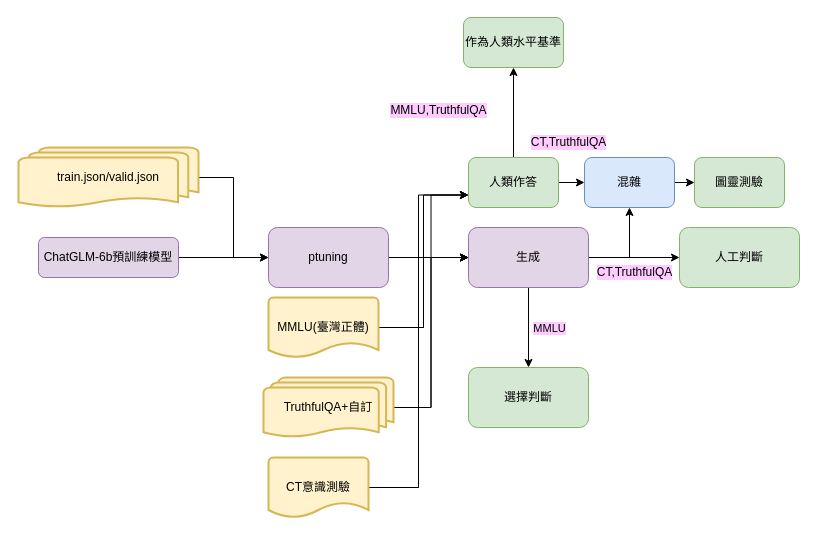
The draw.io diagram chart/flowofstudy.drawio in lsjle/2024-science-fair, before the edit. Source tidied: cells renumbered, new cells numbered last; positions are measured from the earlier drawing's top-left corner, leaving out a move shared by most shapes. Both pictures are drawn from the tidied source at 100%, with x=0, y=0 at pixel (18, 17).
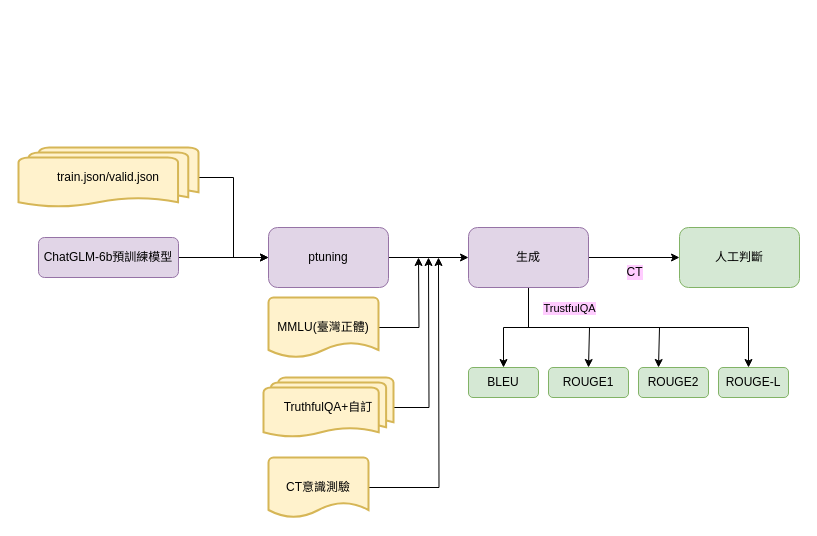
The same page after the edit.

Unchanged cells that the change refers to:
```xml
<mxCell id="10" value="MMLU(臺灣正體)" style="strokeWidth=2;html=1;shape=mxgraph.flowchart.document2;whiteSpace=wrap;size=0.25;fillColor=#fff2cc;strokeColor=#d6b656;" parent="1" vertex="1">
  <mxGeometry x="250" y="280" width="110" height="60" as="geometry" />
</mxCell>
<mxCell id="13" value="TruthfulQA+自訂" style="strokeWidth=2;html=1;shape=mxgraph.flowchart.multi-document;whiteSpace=wrap;fillColor=#fff2cc;strokeColor=#d6b656;" parent="1" vertex="1">
  <mxGeometry x="245" y="360" width="130" height="60" as="geometry" />
</mxCell>
<mxCell id="16" value="CT意識測驗" style="strokeWidth=2;html=1;shape=mxgraph.flowchart.document2;whiteSpace=wrap;size=0.25;fillColor=#fff2cc;strokeColor=#d6b656;" parent="1" vertex="1">
  <mxGeometry x="250" y="440" width="100" height="60" as="geometry" />
</mxCell>
<mxCell id="18" style="edgeStyle=orthogonalEdgeStyle;rounded=0;jettySize=auto;html=1;" parent="1" edge="1" source="21" target="24">
  <mxGeometry relative="1" as="geometry" />
</mxCell>
<mxCell id="21" value="生成" style="rounded=1;whiteSpace=wrap;html=1;glass=0;strokeWidth=1;shadow=0;fillColor=#e1d5e7;strokeColor=#9673a6;" parent="1" vertex="1">
  <mxGeometry x="450" y="210" width="120" height="60" as="geometry" />
</mxCell>
```

What changed in the source:
```diff
@@
-    <mxCell id="8" style="edgeStyle=orthogonalEdgeStyle;rounded=0;jettySize=auto;html=1;entryX=0;entryY=0.5;entryDx=0;entryDy=0;" parent="1" edge="1" source="10" target="21">
-      <mxGeometry relative="1" as="geometry" />
-    </mxCell>
-    <mxCell id="9" style="edgeStyle=orthogonalEdgeStyle;rounded=0;jettySize=auto;html=1;exitX=1;exitY=0.5;exitDx=0;exitDy=0;exitPerimeter=0;entryX=0;entryY=0.75;entryDx=0;entryDy=0;" parent="1" edge="1" source="10" target="27">
-      <mxGeometry relative="1" as="geometry" />
-    </mxCell>
+    <mxCell id="34" style="edgeStyle=orthogonalEdgeStyle;rounded=0;jettySize=auto;html=1;" parent="1" edge="1" source="10">
+      <mxGeometry relative="1" as="geometry">
+        <mxPoint x="400" y="240" as="targetPoint" />
+      </mxGeometry>
+    </mxCell>
@@
-    <mxCell id="11" style="edgeStyle=orthogonalEdgeStyle;rounded=0;jettySize=auto;html=1;entryX=0;entryY=0.5;entryDx=0;entryDy=0;" parent="1" edge="1" source="13" target="21">
-      <mxGeometry relative="1" as="geometry" />
-    </mxCell>
-    <mxCell id="12" style="edgeStyle=orthogonalEdgeStyle;rounded=0;jettySize=auto;html=1;entryX=0;entryY=0.75;entryDx=0;entryDy=0;" parent="1" edge="1" source="13" target="27">
-      <mxGeometry relative="1" as="geometry" />
-    </mxCell>
+    <mxCell id="35" style="edgeStyle=orthogonalEdgeStyle;rounded=0;jettySize=auto;html=1;" parent="1" edge="1" source="13">
+      <mxGeometry relative="1" as="geometry">
+        <mxPoint x="410" y="240" as="targetPoint" />
+      </mxGeometry>
+    </mxCell>
@@
-    <mxCell id="14" style="edgeStyle=orthogonalEdgeStyle;rounded=0;jettySize=auto;html=1;entryX=0;entryY=0.5;entryDx=0;entryDy=0;" parent="1" edge="1" source="16" target="21">
-      <mxGeometry relative="1" as="geometry" />
-    </mxCell>
-    <mxCell id="15" style="edgeStyle=orthogonalEdgeStyle;rounded=0;jettySize=auto;html=1;exitX=1;exitY=0.5;exitDx=0;exitDy=0;exitPerimeter=0;entryX=0;entryY=0.75;entryDx=0;entryDy=0;" parent="1" edge="1" source="16" target="27">
-      <mxGeometry relative="1" as="geometry" />
-    </mxCell>
+    <mxCell id="36" style="edgeStyle=orthogonalEdgeStyle;rounded=0;jettySize=auto;html=1;" parent="1" edge="1" source="16">
+      <mxGeometry relative="1" as="geometry">
+        <mxPoint x="420" y="240" as="targetPoint" />
+      </mxGeometry>
+    </mxCell>
@@
-    <mxCell id="19" value="MMLU" style="edgeLabel;html=1;align=center;verticalAlign=middle;labelBackgroundColor=#FFCCFF;" parent="18" vertex="1">
+    <mxCell id="19" value="TrustfulQA" style="edgeLabel;html=1;align=center;verticalAlign=middle;labelBackgroundColor=#FFCCFF;" parent="18" vertex="1">
       <mxGeometry x="0.25" y="-4" relative="1" as="geometry">
-        <mxPoint x="24" y="-10" as="offset" />
+        <mxPoint x="69" y="-21" as="offset" />
       </mxGeometry>
     </mxCell>
-    <mxCell id="20" style="edgeStyle=orthogonalEdgeStyle;rounded=0;jettySize=auto;html=1;exitX=1;exitY=0.5;exitDx=0;exitDy=0;entryX=0.5;entryY=1;entryDx=0;entryDy=0;" parent="1" edge="1" source="21" target="30">
-      <mxGeometry relative="1" as="geometry" />
-    </mxCell>
+    <mxCell id="37" style="edgeStyle=orthogonalEdgeStyle;rounded=0;jettySize=auto;html=1;" parent="1" edge="1" source="21">
+      <mxGeometry relative="1" as="geometry">
+        <mxPoint x="570" y="350" as="targetPoint" />
+        <Array as="points">
+          <mxPoint x="510" y="310" />
+          <mxPoint x="571" y="310" />
+        </Array>
+      </mxGeometry>
+    </mxCell>
+    <mxCell id="38" style="edgeStyle=orthogonalEdgeStyle;rounded=0;jettySize=auto;html=1;" parent="1" edge="1" source="21">
+      <mxGeometry relative="1" as="geometry">
+        <mxPoint x="640" y="350" as="targetPoint" />
+        <Array as="points">
+          <mxPoint x="510" y="310" />
+          <mxPoint x="641" y="310" />
+        </Array>
+      </mxGeometry>
+    </mxCell>
+    <mxCell id="39" style="edgeStyle=orthogonalEdgeStyle;rounded=0;jettySize=auto;html=1;" parent="1" edge="1" source="21" target="42">
+      <mxGeometry relative="1" as="geometry">
+        <Array as="points">
+          <mxPoint x="510" y="310" />
+          <mxPoint x="730" y="310" />
+        </Array>
+      </mxGeometry>
+    </mxCell>
@@
-    <mxCell id="23" value="CT,TruthfulQA" style="text;html=1;align=center;verticalAlign=middle;strokeColor=none;fillColor=none;labelBackgroundColor=#FFCCFF;" parent="1" vertex="1">
-      <mxGeometry x="566" y="240" width="100" height="30" as="geometry" />
+    <mxCell id="23" value="CT" style="text;html=1;align=center;verticalAlign=middle;strokeColor=none;fillColor=none;labelBackgroundColor=#FFCCFF;" parent="1" vertex="1">
+      <mxGeometry x="596" y="240" width="40" height="30" as="geometry" />
     </mxCell>
-    <mxCell id="24" value="&lt;div&gt;選擇判斷&lt;/div&gt;" style="rounded=1;whiteSpace=wrap;html=1;glass=0;strokeWidth=1;shadow=0;fillColor=#d5e8d4;strokeColor=#82b366;" parent="1" vertex="1">
-      <mxGeometry x="450" y="350" width="120" height="60" as="geometry" />
+    <mxCell id="24" value="BLEU" style="rounded=1;whiteSpace=wrap;html=1;glass=0;strokeWidth=1;shadow=0;fillColor=#d5e8d4;strokeColor=#82b366;" parent="1" vertex="1">
+      <mxGeometry x="450" y="350" width="70" height="30" as="geometry" />
     </mxCell>
-    <mxCell id="25" style="edgeStyle=orthogonalEdgeStyle;rounded=0;jettySize=auto;html=1;" parent="1" edge="1" source="27" target="30">
-      <mxGeometry relative="1" as="geometry" />
-    </mxCell>
-    <mxCell id="26" style="edgeStyle=orthogonalEdgeStyle;rounded=0;jettySize=auto;html=1;" parent="1" edge="1" source="27" target="32">
-      <mxGeometry relative="1" as="geometry" />
-    </mxCell>
-    <mxCell id="27" value="人類作答" style="rounded=1;whiteSpace=wrap;html=1;fillColor=#d5e8d4;strokeColor=#82b366;" parent="1" vertex="1">
-      <mxGeometry x="450" y="140" width="90" height="50" as="geometry" />
-    </mxCell>
-    <mxCell id="28" value="圖靈測驗" style="rounded=1;whiteSpace=wrap;html=1;fillColor=#d5e8d4;strokeColor=#82b366;" parent="1" vertex="1">
-      <mxGeometry x="676" y="140" width="90" height="50" as="geometry" />
-    </mxCell>
-    <mxCell id="29" style="edgeStyle=orthogonalEdgeStyle;rounded=0;jettySize=auto;html=1;exitX=1;exitY=0.5;exitDx=0;exitDy=0;entryX=0;entryY=0.5;entryDx=0;entryDy=0;" parent="1" edge="1" source="30" target="28">
-      <mxGeometry relative="1" as="geometry" />
-    </mxCell>
-    <mxCell id="30" value="混雜" style="rounded=1;whiteSpace=wrap;html=1;fillColor=#dae8fc;strokeColor=#6c8ebf;" parent="1" vertex="1">
-      <mxGeometry x="566" y="140" width="90" height="50" as="geometry" />
-    </mxCell>
-    <mxCell id="31" value="&lt;font style=&quot;font-size: 12px;&quot;&gt;CT,TruthfulQA&lt;/font&gt;" style="text;html=1;align=center;verticalAlign=middle;strokeColor=none;fillColor=none;fontSize=12;labelBackgroundColor=#FFCCFF;" parent="1" vertex="1">
-      <mxGeometry x="500" y="110" width="100" height="30" as="geometry" />
-    </mxCell>
-    <mxCell id="32" value="作為人類水平基準" style="rounded=1;whiteSpace=wrap;html=1;fillColor=#d5e8d4;strokeColor=#82b366;" parent="1" vertex="1">
-      <mxGeometry x="445" width="100" height="50" as="geometry" />
-    </mxCell>
-    <mxCell id="33" value="MMLU,TruthfulQA" style="text;html=1;align=center;verticalAlign=middle;strokeColor=none;fillColor=none;labelBackgroundColor=#FFCCFF;" parent="1" vertex="1">
-      <mxGeometry x="360" y="78" width="120" height="30" as="geometry" />
-    </mxCell>
+    <mxCell id="40" value="ROUGE1" style="rounded=1;whiteSpace=wrap;html=1;fillColor=#d5e8d4;strokeColor=#82b366;" parent="1" vertex="1">
+      <mxGeometry x="530" y="350" width="80" height="30" as="geometry" />
+    </mxCell>
+    <mxCell id="41" value="ROUGE2" style="rounded=1;whiteSpace=wrap;html=1;fillColor=#d5e8d4;strokeColor=#82b366;" parent="1" vertex="1">
+      <mxGeometry x="620" y="350" width="70" height="30" as="geometry" />
+    </mxCell>
+    <mxCell id="42" value="ROUGE-L" style="rounded=1;whiteSpace=wrap;html=1;fillColor=#d5e8d4;strokeColor=#82b366;" parent="1" vertex="1">
+      <mxGeometry x="700" y="350" width="70" height="30" as="geometry" />
+    </mxCell>
```
